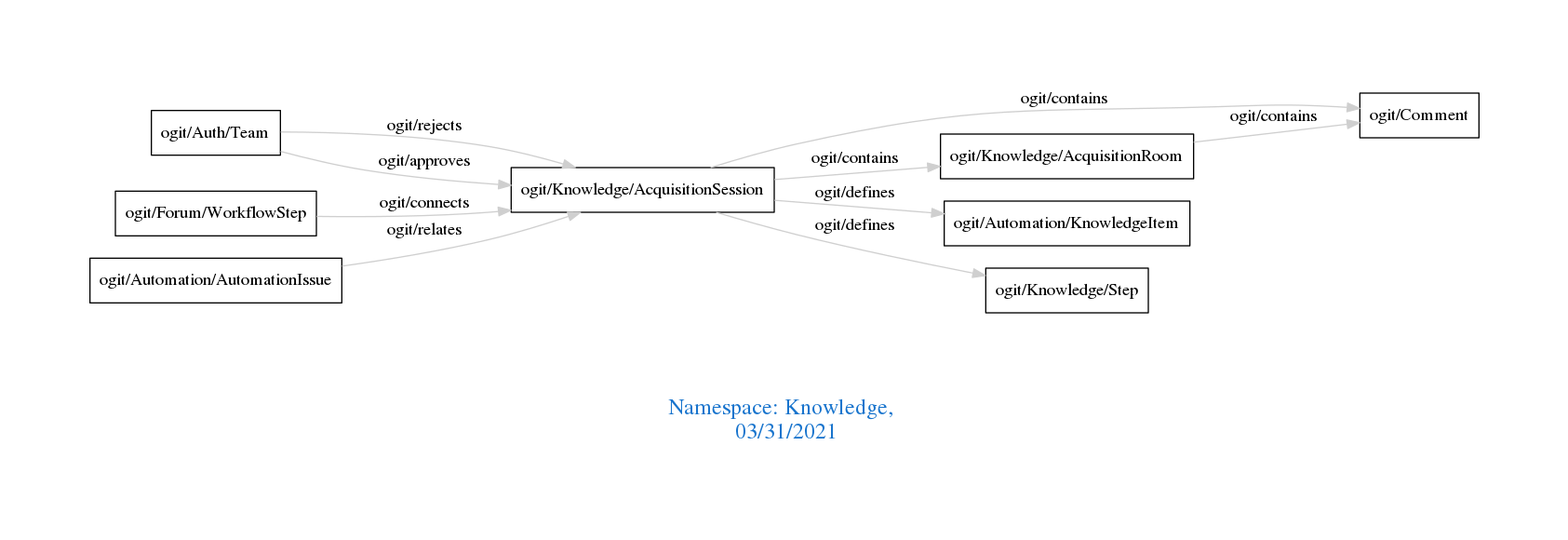
The Graphviz diagram downloads/Knowledge.png in arago/OGIT, before a commit. Its source is kept beside it as downloads/Knowledge.dot.
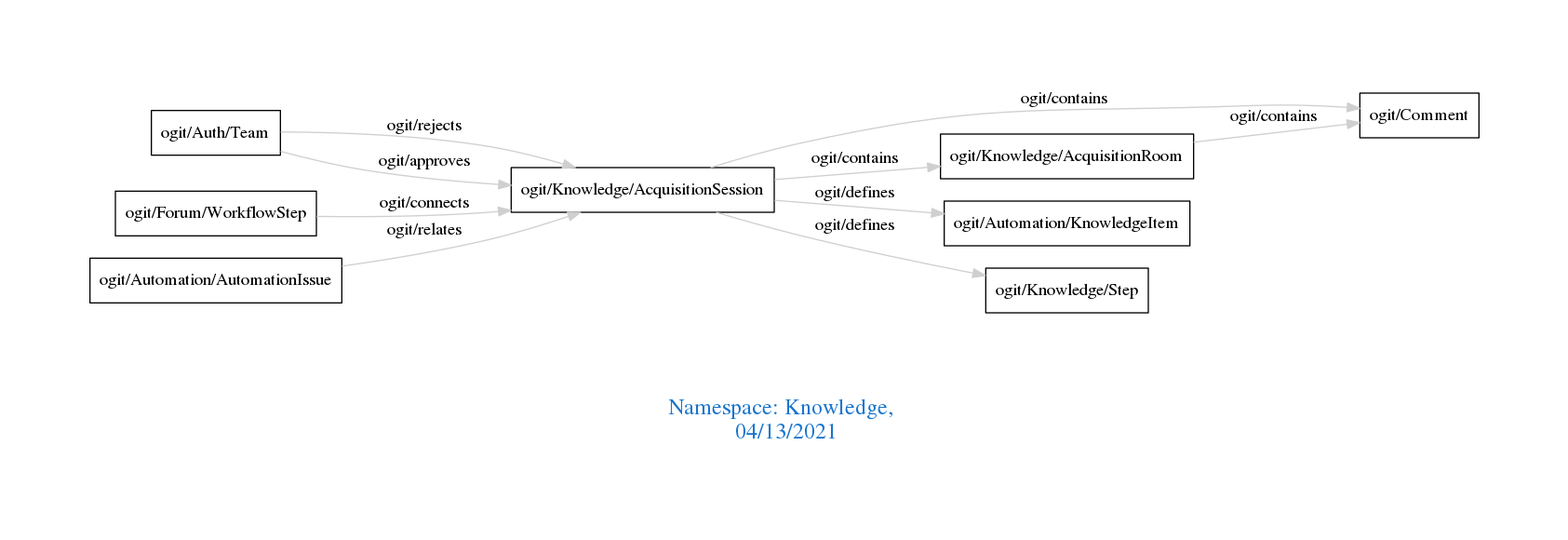
Above is the later version.

Change to the diagram source:
```diff
@@ -1,7 +1,7 @@
 digraph OGIT_ontology {
  graph [ rankdir= LR,pad=1
 fontsize = 18,
-fontcolor= dodgerblue3,label = "\n\n\nNamespace: Knowledge, \n 03/31/2021"];
+fontcolor= dodgerblue3,label = "\n\n\nNamespace: Knowledge, \n 04/13/2021"];
 node[shape=polygon];
 edge [  color="gray81"];
 
```
